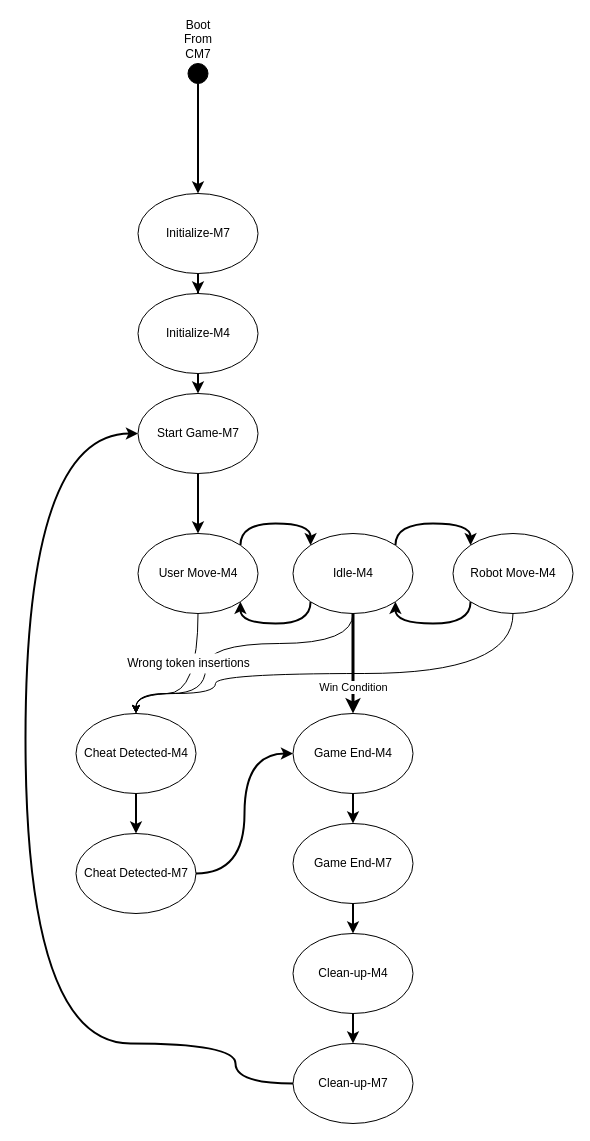
Above: 4. Diagrams/System/Higher_Overview.drawio in BorIvanov/Documents (draw.io), before the change. Source tidied: cells renumbered, new cells numbered last; positions are measured from the earlier drawing's top-left corner, leaving out a move shared by most shapes. Both pictures are drawn from the tidied source at 100%, with x=0, y=0 at pixel (25, 63).
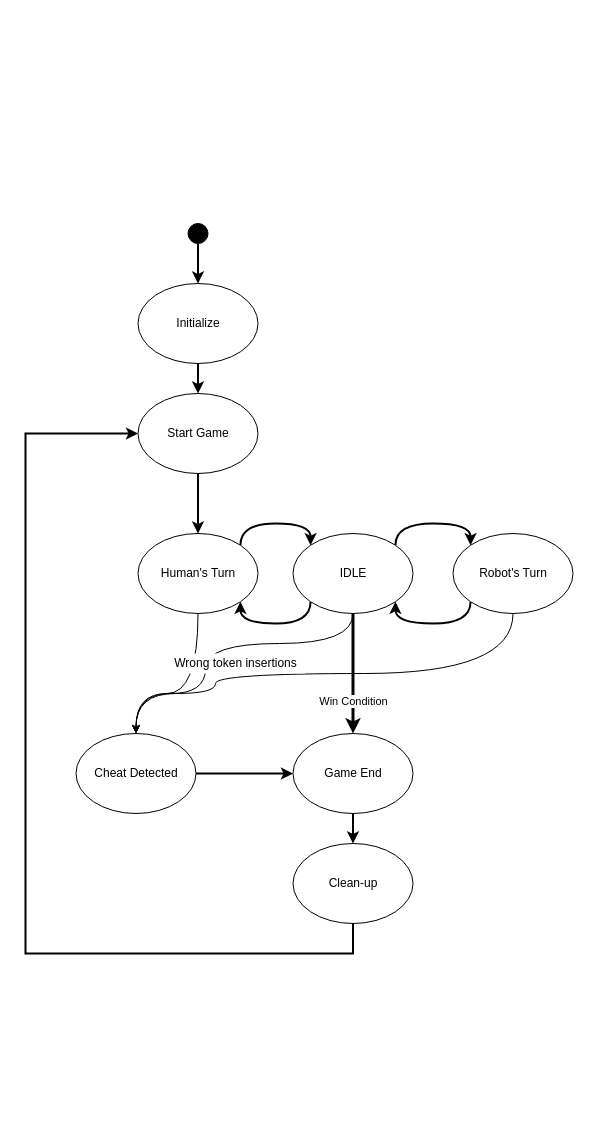
The same diagram, later.

What changed in the source:
```diff
@@
-    <mxCell id="3" value="Start Game-M7" style="ellipse;whiteSpace=wrap;html=1;" parent="1" vertex="1">
+    <mxCell id="3" value="Start Game" style="ellipse;whiteSpace=wrap;html=1;" parent="1" vertex="1">
       <mxGeometry x="112.5" y="330" width="120" height="80" as="geometry" />
     </mxCell>
-    <mxCell id="4" style="edgeStyle=orthogonalEdgeStyle;rounded=0;jettySize=auto;html=1;entryX=0.5;entryY=0;entryDx=0;entryDy=0;strokeWidth=2;" parent="1" edge="1" source="5" target="9">
-      <mxGeometry relative="1" as="geometry" />
-    </mxCell>
+    <mxCell id="34" style="edgeStyle=orthogonalEdgeStyle;curved=1;rounded=0;jettySize=auto;html=1;exitX=0.5;exitY=1;exitDx=0;exitDy=0;entryX=0.5;entryY=0;entryDx=0;entryDy=0;strokeWidth=2;" parent="1" edge="1" source="5" target="3">
+      <mxGeometry relative="1" as="geometry" />
+    </mxCell>
-    <mxCell id="5" value="Initialize-M7" style="ellipse;whiteSpace=wrap;html=1;" parent="1" vertex="1">
-      <mxGeometry x="112.5" y="130" width="120" height="80" as="geometry" />
+    <mxCell id="5" value="Initialize" style="ellipse;whiteSpace=wrap;html=1;" parent="1" vertex="1">
+      <mxGeometry x="112.5" y="220" width="120" height="80" as="geometry" />
     </mxCell>
@@
-    <mxCell id="7" value="Boot From CM7" style="ellipse;whiteSpace=wrap;html=1;fillColor=#000000;textDirection=ltr;labelPosition=center;verticalLabelPosition=top;align=center;verticalAlign=bottom;" parent="1" vertex="1">
-      <mxGeometry x="162.5" width="20" height="20" as="geometry" />
+    <mxCell id="7" style="ellipse;whiteSpace=wrap;html=1;fillColor=#000000;textDirection=ltr;labelPosition=center;verticalLabelPosition=top;align=center;verticalAlign=bottom;" parent="1" vertex="1">
+      <mxGeometry x="162.5" y="160" width="20" height="20" as="geometry" />
     </mxCell>
-    <mxCell id="8" style="edgeStyle=orthogonalEdgeStyle;curved=1;rounded=0;jettySize=auto;html=1;strokeWidth=2;" parent="1" edge="1" source="9" target="3">
-      <mxGeometry relative="1" as="geometry" />
-    </mxCell>
-    <mxCell id="9" value="Initialize-M4" style="ellipse;whiteSpace=wrap;html=1;fillColor=#FFFFFF;" parent="1" vertex="1">
-      <mxGeometry x="112.5" y="230" width="120" height="80" as="geometry" />
-    </mxCell>
@@
-    <mxCell id="13" value="User Move-M4" style="ellipse;whiteSpace=wrap;html=1;" parent="1" vertex="1">
+    <mxCell id="13" value="Human's Turn" style="ellipse;whiteSpace=wrap;html=1;" parent="1" vertex="1">
       <mxGeometry x="112.5" y="470" width="120" height="80" as="geometry" />
     </mxCell>
@@
-    <mxCell id="16" value="Robot Move-M4" style="ellipse;whiteSpace=wrap;html=1;" parent="1" vertex="1">
+    <mxCell id="16" value="Robot's Turn" style="ellipse;whiteSpace=wrap;html=1;" parent="1" vertex="1">
       <mxGeometry x="427.5" y="470" width="120" height="80" as="geometry" />
     </mxCell>
@@
-    <mxCell id="19" value="Idle-M4" style="ellipse;whiteSpace=wrap;html=1;fillColor=#FFFFFF;" parent="1" vertex="1">
+    <mxCell id="19" value="IDLE" style="ellipse;whiteSpace=wrap;html=1;fillColor=#FFFFFF;" parent="1" vertex="1">
       <mxGeometry x="267.5" y="470" width="120" height="80" as="geometry" />
     </mxCell>
-    <mxCell id="20" style="edgeStyle=orthogonalEdgeStyle;curved=1;rounded=0;jettySize=auto;html=1;strokeWidth=2;" parent="1" edge="1" source="21" target="29">
-      <mxGeometry relative="1" as="geometry" />
-    </mxCell>
-    <mxCell id="21" value="Clean-up-M4" style="ellipse;whiteSpace=wrap;html=1;" parent="1" vertex="1">
-      <mxGeometry x="267.5" y="870" width="120" height="80" as="geometry" />
-    </mxCell>
-    <mxCell id="22" style="edgeStyle=orthogonalEdgeStyle;curved=1;rounded=0;jettySize=auto;html=1;strokeWidth=2;" parent="1" edge="1" source="23" target="31">
-      <mxGeometry relative="1" as="geometry" />
-    </mxCell>
+    <mxCell id="35" style="edgeStyle=orthogonalEdgeStyle;curved=1;rounded=0;jettySize=auto;html=1;strokeWidth=2;" parent="1" edge="1" source="23" target="25">
+      <mxGeometry relative="1" as="geometry" />
+    </mxCell>
-    <mxCell id="23" value="Cheat Detected-M4" style="ellipse;whiteSpace=wrap;html=1;" parent="1" vertex="1">
-      <mxGeometry x="50.5" y="650" width="120" height="80" as="geometry" />
+    <mxCell id="23" value="Cheat Detected" style="ellipse;whiteSpace=wrap;html=1;" parent="1" vertex="1">
+      <mxGeometry x="50.5" y="670" width="120" height="80" as="geometry" />
     </mxCell>
-    <mxCell id="24" style="edgeStyle=orthogonalEdgeStyle;curved=1;rounded=0;jettySize=auto;html=1;strokeWidth=2;" parent="1" edge="1" source="25" target="33">
-      <mxGeometry relative="1" as="geometry" />
-    </mxCell>
+    <mxCell id="36" style="edgeStyle=orthogonalEdgeStyle;curved=1;rounded=0;jettySize=auto;html=1;strokeWidth=2;" parent="1" edge="1" source="25" target="29">
+      <mxGeometry relative="1" as="geometry" />
+    </mxCell>
-    <mxCell id="25" value="Game End-M4" style="ellipse;whiteSpace=wrap;html=1;" parent="1" vertex="1">
-      <mxGeometry x="267.5" y="650" width="120" height="80" as="geometry" />
+    <mxCell id="25" value="Game End" style="ellipse;whiteSpace=wrap;html=1;" parent="1" vertex="1">
+      <mxGeometry x="267.5" y="670" width="120" height="80" as="geometry" />
     </mxCell>
@@
     <mxCell id="27" value="Wrong token insertions" style="text;html=1;align=center;verticalAlign=middle;strokeColor=none;fillColor=default;" parent="1" vertex="1">
-      <mxGeometry x="92.5" y="590" width="140" height="20" as="geometry" />
+      <mxGeometry x="140" y="590" width="140" height="20" as="geometry" />
     </mxCell>
-    <mxCell id="28" style="edgeStyle=orthogonalEdgeStyle;curved=1;rounded=0;jettySize=auto;html=1;entryX=0;entryY=0.5;entryDx=0;entryDy=0;strokeWidth=2;exitX=0;exitY=0.5;exitDx=0;exitDy=0;" parent="1" edge="1" source="29" target="3">
+    <mxCell id="28" style="edgeStyle=orthogonalEdgeStyle;rounded=0;jettySize=auto;html=1;exitX=0.5;exitY=1;exitDx=0;exitDy=0;entryX=0;entryY=0.5;entryDx=0;entryDy=0;strokeWidth=2;" parent="1" edge="1" source="29" target="3">
       <mxGeometry relative="1" as="geometry">
         <Array as="points">
-          <mxPoint x="210" y="1020" />
-          <mxPoint x="210" y="980" />
-          <mxPoint y="980" />
+          <mxPoint x="328" y="890" />
+          <mxPoint y="890" />
           <mxPoint y="370" />
         </Array>
       </mxGeometry>
     </mxCell>
-    <mxCell id="29" value="Clean-up-M7" style="ellipse;whiteSpace=wrap;html=1;" parent="1" vertex="1">
-      <mxGeometry x="267.5" y="980" width="120" height="80" as="geometry" />
+    <mxCell id="29" value="Clean-up" style="ellipse;whiteSpace=wrap;html=1;" parent="1" vertex="1">
+      <mxGeometry x="267.5" y="780" width="120" height="80" as="geometry" />
     </mxCell>
-    <mxCell id="30" style="edgeStyle=orthogonalEdgeStyle;curved=1;rounded=0;jettySize=auto;html=1;exitX=1;exitY=0.5;exitDx=0;exitDy=0;entryX=0;entryY=0.5;entryDx=0;entryDy=0;strokeWidth=2;" parent="1" edge="1" source="31" target="25">
-      <mxGeometry relative="1" as="geometry" />
-    </mxCell>
-    <mxCell id="31" value="Cheat Detected-M7" style="ellipse;whiteSpace=wrap;html=1;" parent="1" vertex="1">
-      <mxGeometry x="50.5" y="770" width="120" height="80" as="geometry" />
-    </mxCell>
-    <mxCell id="32" style="edgeStyle=orthogonalEdgeStyle;curved=1;rounded=0;jettySize=auto;html=1;strokeWidth=2;" parent="1" edge="1" source="33" target="21">
-      <mxGeometry relative="1" as="geometry" />
-    </mxCell>
-    <mxCell id="33" value="Game End-M7" style="ellipse;whiteSpace=wrap;html=1;" parent="1" vertex="1">
-      <mxGeometry x="267.5" y="760" width="120" height="80" as="geometry" />
-    </mxCell>
```
